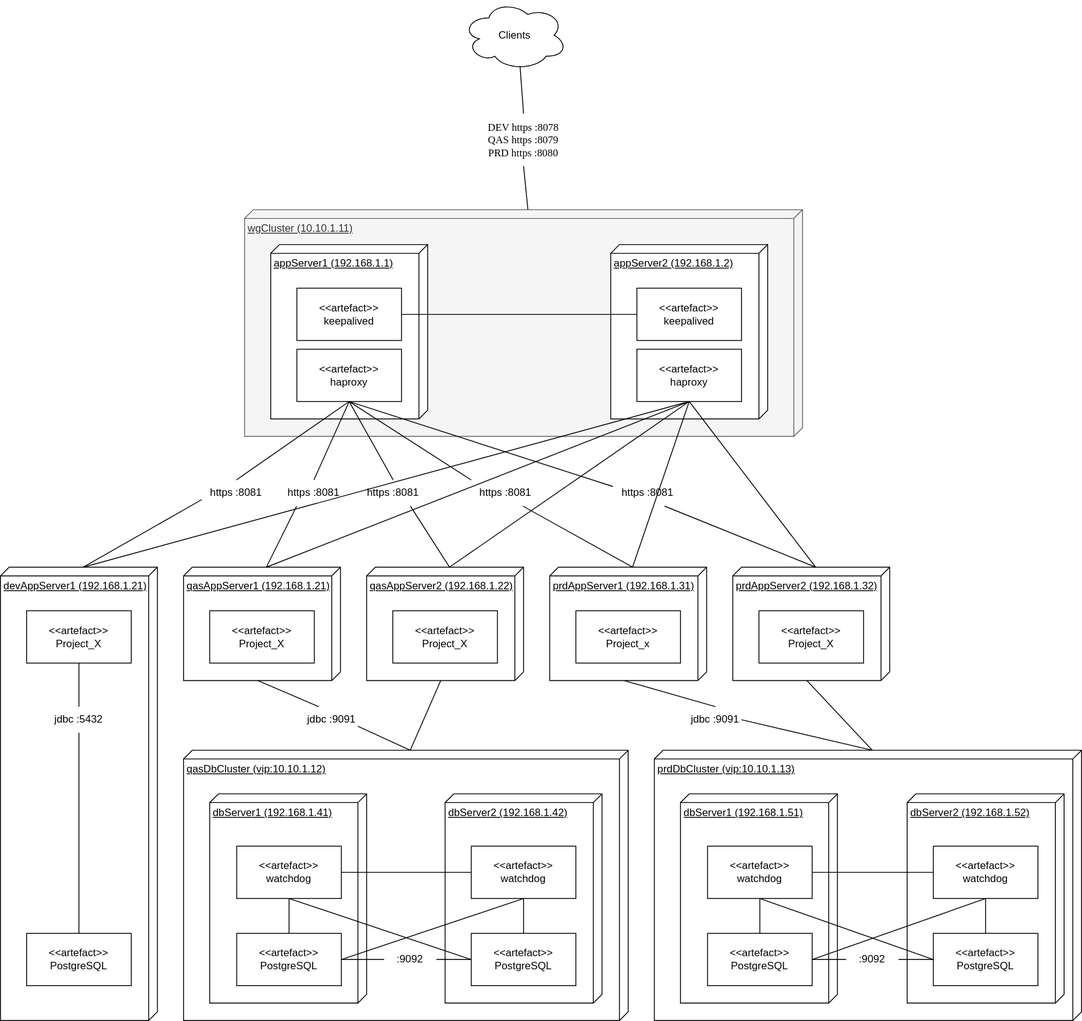
The draw.io diagram DeployDiagram.svg in LordOfPhys/project_x, before a commit. Source tidied: cells renumbered, new cells last; positions are measured from the earlier drawing's top-left corner, leaving out a move shared by most shapes.
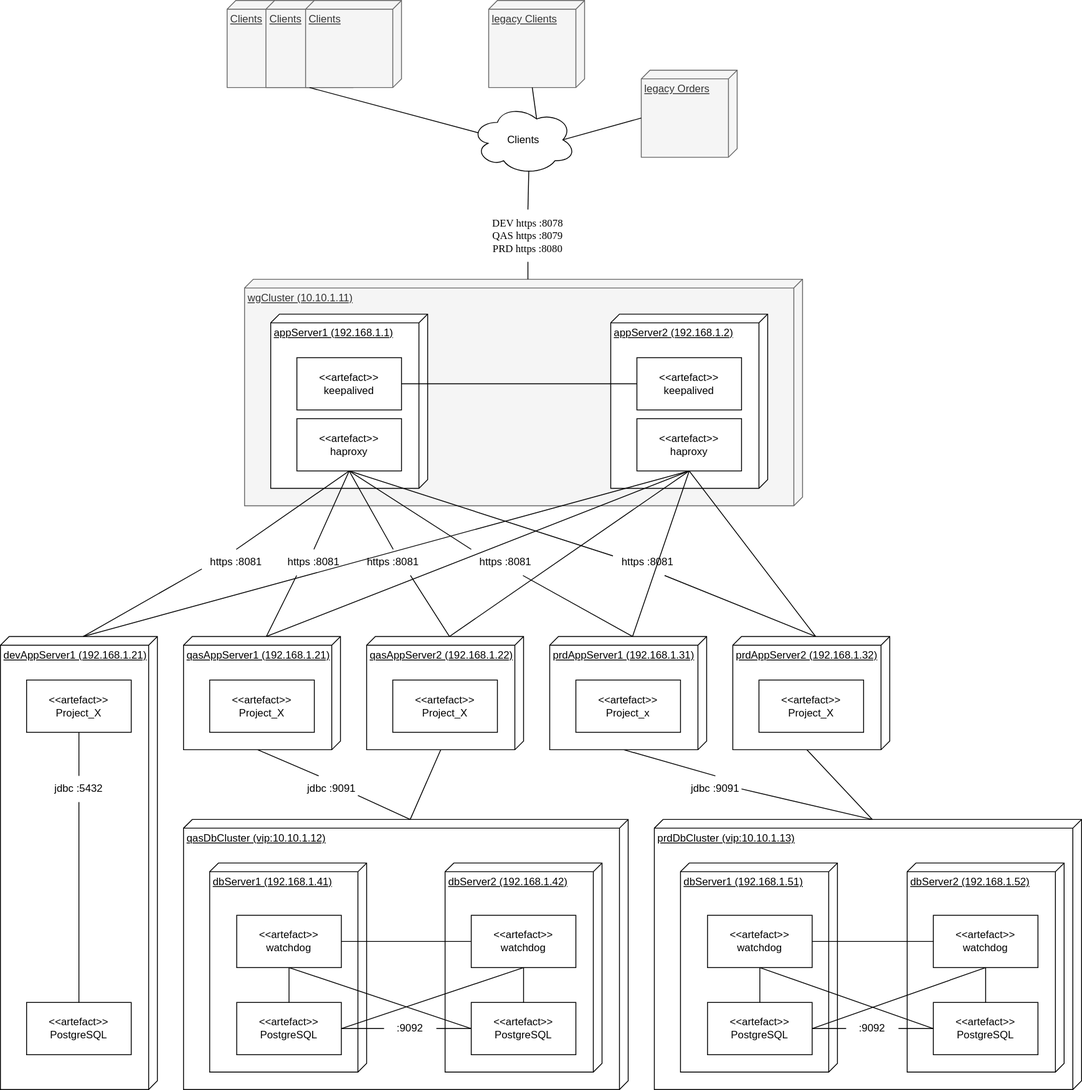
After the change.

Change to the diagram source:
```diff
@@ -207,10 +207,10 @@
       <mxGeometry relative="1" as="geometry" />
     </mxCell>
     <mxCell id="70" value="Clients" style="ellipse;shape=cloud;whiteSpace=wrap;html=1;" parent="1" vertex="1">
-      <mxGeometry x="530" width="120" height="80" as="geometry" />
+      <mxGeometry x="540" y="40" width="120" height="80" as="geometry" />
     </mxCell>
     <mxCell id="71" value="&lt;font face=&quot;Lucida Console&quot;&gt;DEV https :8078&lt;br&gt;QAS https :8079&lt;br&gt;PRD https :8080&lt;/font&gt;" style="text;html=1;strokeColor=none;fillColor=none;align=center;verticalAlign=middle;whiteSpace=wrap;rounded=0;" parent="1" vertex="1">
-      <mxGeometry x="505" y="130" width="190" height="60" as="geometry" />
+      <mxGeometry x="510" y="160" width="190" height="60" as="geometry" />
     </mxCell>
     <mxCell id="72" style="endArrow=none;html=1;rounded=0;exitX=0;exitY=0;exitDx=0;exitDy=315;startArrow=none;entryX=0.5;entryY=1;entryDx=0;entryDy=0;exitPerimeter=0;" parent="1" edge="1" source="48" target="71">
       <mxGeometry relative="1" as="geometry" />
@@ -254,5 +254,29 @@
     <mxCell id="85" style="endArrow=none;html=1;rounded=0;exitX=0;exitY=0;exitDx=130;exitDy=95;exitPerimeter=0;entryX=0;entryY=0;entryDx=0;entryDy=240;entryPerimeter=0;" parent="1" edge="1" source="3" target="2">
       <mxGeometry relative="1" as="geometry" />
     </mxCell>
+    <mxCell id="86" value="legacy Clients" style="verticalAlign=top;align=left;spacingTop=8;spacingLeft=2;spacingRight=12;shape=cube;size=10;direction=south;fontStyle=4;html=1;fillColor=#f5f5f5;fontColor=#333333;strokeColor=#666666;" parent="1" vertex="1">
+      <mxGeometry x="560" y="-80" width="110" height="100" as="geometry" />
+    </mxCell>
+    <mxCell id="87" value="legacy Orders" style="verticalAlign=top;align=left;spacingTop=8;spacingLeft=2;spacingRight=12;shape=cube;size=10;direction=south;fontStyle=4;html=1;fillColor=#f5f5f5;fontColor=#333333;strokeColor=#666666;" parent="1" vertex="1">
+      <mxGeometry x="735" width="110" height="100" as="geometry" />
+    </mxCell>
+    <mxCell id="88" value="Clients" style="verticalAlign=top;align=left;spacingTop=8;spacingLeft=2;spacingRight=12;shape=cube;size=10;direction=south;fontStyle=4;html=1;fillColor=#f5f5f5;fontColor=#333333;strokeColor=#666666;" parent="1" vertex="1">
+      <mxGeometry x="260" y="-80" width="110" height="100" as="geometry" />
+    </mxCell>
+    <mxCell id="89" value="Clients" style="verticalAlign=top;align=left;spacingTop=8;spacingLeft=2;spacingRight=12;shape=cube;size=10;direction=south;fontStyle=4;html=1;fillColor=#f5f5f5;fontColor=#333333;strokeColor=#666666;" parent="1" vertex="1">
+      <mxGeometry x="304.5" y="-80" width="110" height="100" as="geometry" />
+    </mxCell>
+    <mxCell id="90" value="Clients" style="verticalAlign=top;align=left;spacingTop=8;spacingLeft=2;spacingRight=12;shape=cube;size=10;direction=south;fontStyle=4;html=1;fillColor=#f5f5f5;fontColor=#333333;strokeColor=#666666;" parent="1" vertex="1">
+      <mxGeometry x="350" y="-80" width="110" height="100" as="geometry" />
+    </mxCell>
+    <mxCell id="91" style="endArrow=none;html=1;rounded=0;fontFamily=Lucida Console;entryX=0;entryY=0;entryDx=100;entryDy=60;entryPerimeter=0;exitX=0.07;exitY=0.4;exitDx=0;exitDy=0;exitPerimeter=0;" parent="1" edge="1" source="70" target="89">
+      <mxGeometry relative="1" as="geometry" />
+    </mxCell>
+    <mxCell id="92" style="endArrow=none;html=1;rounded=0;fontFamily=Lucida Console;entryX=0;entryY=0;entryDx=100;entryDy=60;entryPerimeter=0;exitX=0.625;exitY=0.2;exitDx=0;exitDy=0;exitPerimeter=0;" parent="1" edge="1" source="70" target="86">
+      <mxGeometry relative="1" as="geometry" />
+    </mxCell>
+    <mxCell id="93" style="endArrow=none;html=1;rounded=0;fontFamily=Lucida Console;entryX=0;entryY=0;entryDx=55;entryDy=110;entryPerimeter=0;exitX=0.875;exitY=0.5;exitDx=0;exitDy=0;exitPerimeter=0;" parent="1" edge="1" source="70" target="87">
+      <mxGeometry relative="1" as="geometry" />
+    </mxCell>
   </root>
 </mxGraphModel>
```
